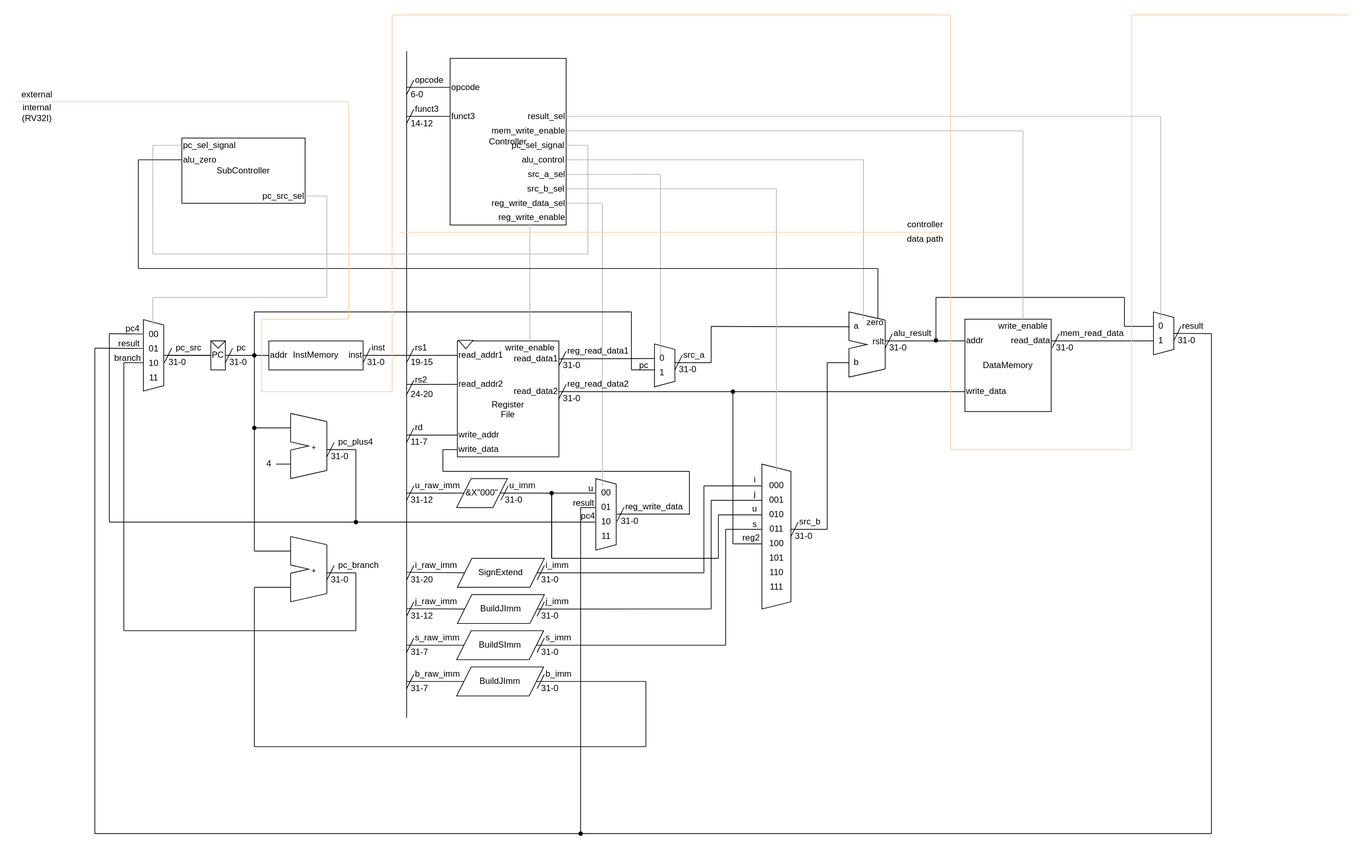
Earlier version of the draw.io export diagram.svg (Lan-t/my-risc-v-implement). Source tidied: cells renumbered, new cells last; positions are measured from the earlier drawing's top-left corner, leaving out a move shared by most shapes.
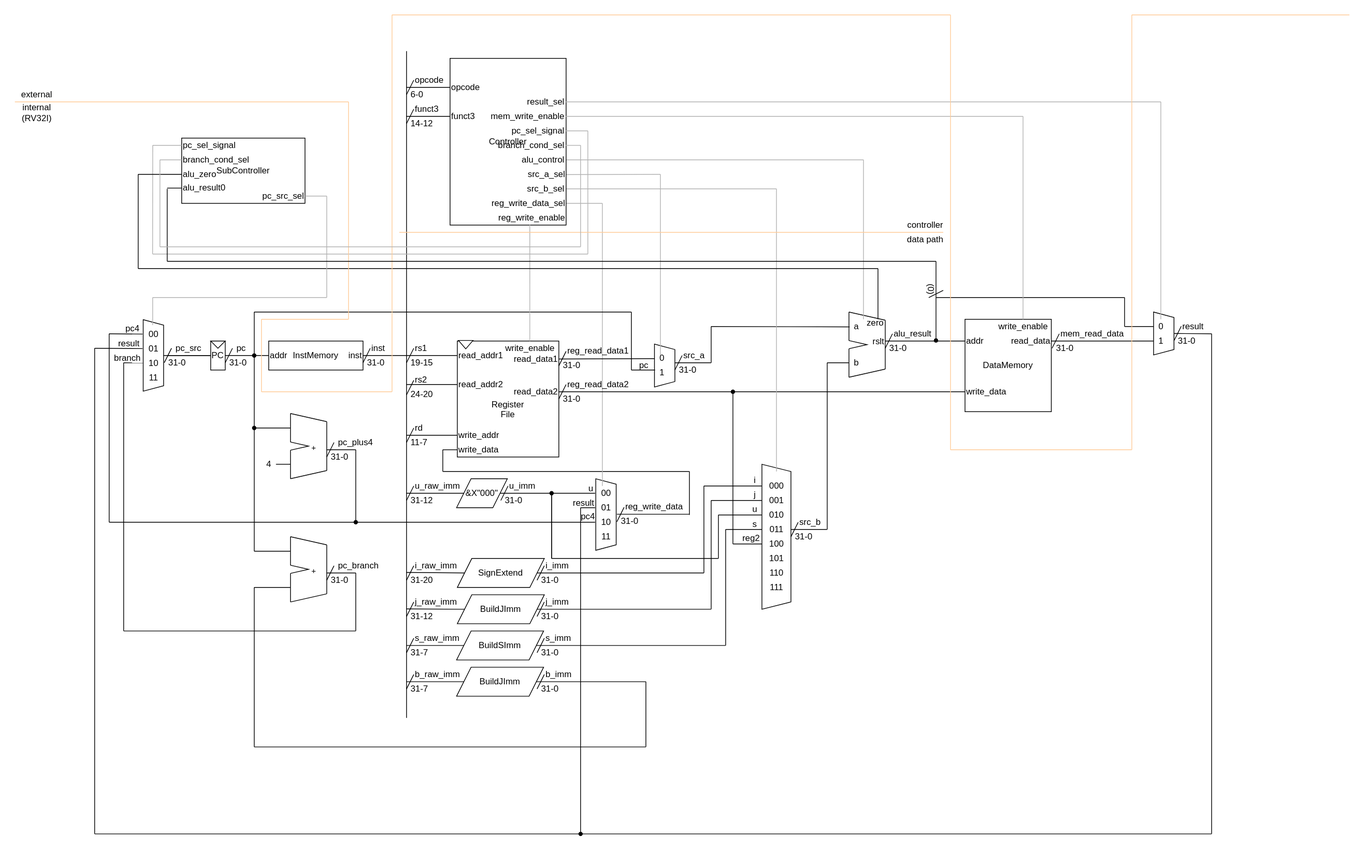
Above is the later version.

Change to the diagram source:
```diff
@@ -877,26 +877,29 @@
       <mxGeometry y="70" width="50" height="20" as="geometry" />
     </mxCell>
     <mxCell id="208" value="pc_sel_signal" style="text;html=1;align=right;verticalAlign=middle;points=[];strokeColor=none;fillColor=none;" parent="200" vertex="1">
-      <mxGeometry x="69" y="110" width="90" height="20" as="geometry" />
+      <mxGeometry x="69" y="90" width="90" height="20" as="geometry" />
     </mxCell>
     <mxCell id="209" value="reg_write_enable" style="text;html=1;align=right;verticalAlign=middle;points=[];strokeColor=none;fillColor=none;" parent="200" vertex="1">
       <mxGeometry x="50" y="210" width="110" height="20" as="geometry" />
     </mxCell>
     <mxCell id="210" value="result_sel" style="text;html=1;align=right;verticalAlign=middle;points=[];strokeColor=none;fillColor=none;" parent="200" vertex="1">
-      <mxGeometry x="90" y="70" width="70" height="20" as="geometry" />
+      <mxGeometry x="89" y="50" width="70" height="20" as="geometry" />
     </mxCell>
     <mxCell id="211" value="mem_write_enable" style="text;html=1;align=right;verticalAlign=middle;points=[];strokeColor=none;fillColor=none;" parent="200" vertex="1">
-      <mxGeometry x="40" y="90" width="120" height="20" as="geometry" />
+      <mxGeometry x="39" y="70" width="120" height="20" as="geometry" />
     </mxCell>
+    <mxCell id="370" value="branch_cond_sel" style="text;html=1;align=right;verticalAlign=middle;points=[];strokeColor=none;fillColor=none;" parent="200" vertex="1">
+      <mxGeometry x="49" y="110" width="110" height="20" as="geometry" />
+    </mxCell>
     <mxCell id="212" style="endArrow=none;html=1;rounded=0;strokeColor=#B3B3B3;" parent="1" edge="1" target="208">
       <mxGeometry relative="1" as="geometry">
-        <mxPoint x="790" y="180" as="sourcePoint" />
+        <mxPoint x="790" y="160" as="sourcePoint" />
       </mxGeometry>
     </mxCell>
     <mxCell id="213" style="endArrow=none;html=1;rounded=0;strokeColor=#B3B3B3;" parent="1" edge="1">
       <mxGeometry relative="1" as="geometry">
         <mxPoint x="790" y="330" as="sourcePoint" />
-        <mxPoint x="790" y="180" as="targetPoint" />
+        <mxPoint x="790" y="160" as="targetPoint" />
       </mxGeometry>
     </mxCell>
     <mxCell id="214" style="endArrow=none;html=1;rounded=0;strokeColor=#B3B3B3;" parent="1" edge="1">
@@ -1261,8 +1264,14 @@
       <mxGeometry width="90" height="20" as="geometry" />
     </mxCell>
     <mxCell id="301" value="alu_zero" style="text;html=1;align=left;verticalAlign=middle;points=[];strokeColor=none;fillColor=none;" parent="297" vertex="1">
-      <mxGeometry y="20" width="60" height="20" as="geometry" />
+      <mxGeometry y="40" width="60" height="20" as="geometry" />
     </mxCell>
+    <mxCell id="371" value="alu_result0" style="text;html=1;align=left;verticalAlign=middle;points=[];strokeColor=none;fillColor=none;" parent="297" vertex="1">
+      <mxGeometry y="60" width="69" height="18" as="geometry" />
+    </mxCell>
+    <mxCell id="372" value="branch_cond_sel" style="text;html=1;align=left;verticalAlign=middle;points=[];strokeColor=none;fillColor=none;" parent="297" vertex="1">
+      <mxGeometry y="20" width="110" height="20" as="geometry" />
+    </mxCell>
     <mxCell id="302" style="endArrow=none;html=1;rounded=0;strokeColor=#B3B3B3;" parent="1" edge="1" target="300">
       <mxGeometry relative="1" as="geometry">
         <mxPoint x="190" y="180" as="sourcePoint" />
@@ -1277,12 +1286,12 @@
     <mxCell id="304" style="endArrow=none;html=1;rounded=0;strokeColor=#000000;" parent="1" edge="1">
       <mxGeometry relative="1" as="geometry">
         <mxPoint x="170" y="350" as="sourcePoint" />
-        <mxPoint x="170" y="200" as="targetPoint" />
+        <mxPoint x="170" y="220" as="targetPoint" />
       </mxGeometry>
     </mxCell>
     <mxCell id="305" style="endArrow=none;html=1;rounded=0;strokeColor=#000000;" parent="1" edge="1" target="301">
       <mxGeometry relative="1" as="geometry">
-        <mxPoint x="170" y="200" as="sourcePoint" />
+        <mxPoint x="170" y="220" as="sourcePoint" />
       </mxGeometry>
     </mxCell>
     <mxCell id="306" style="endArrow=none;html=1;rounded=0;strokeColor=#B3B3B3;" parent="1" edge="1" target="299">
@@ -1407,22 +1416,22 @@
     </mxCell>
     <mxCell id="336" style="endArrow=none;html=1;rounded=0;strokeColor=#B3B3B3;" parent="1" edge="1" source="314">
       <mxGeometry relative="1" as="geometry">
-        <mxPoint x="1390" y="160" as="targetPoint" />
+        <mxPoint x="1390" y="140" as="targetPoint" />
       </mxGeometry>
     </mxCell>
     <mxCell id="337" style="endArrow=none;html=1;rounded=0;strokeColor=#B3B3B3;" parent="1" edge="1" source="211">
       <mxGeometry relative="1" as="geometry">
-        <mxPoint x="1390" y="160" as="targetPoint" />
+        <mxPoint x="1390" y="140" as="targetPoint" />
       </mxGeometry>
     </mxCell>
     <mxCell id="338" style="endArrow=none;html=1;rounded=0;strokeColor=#B3B3B3;" parent="1" edge="1" source="210">
       <mxGeometry relative="1" as="geometry">
-        <mxPoint x="1580" y="140" as="targetPoint" />
+        <mxPoint x="1580" y="120" as="targetPoint" />
       </mxGeometry>
     </mxCell>
     <mxCell id="339" style="endArrow=none;html=1;rounded=0;strokeColor=#B3B3B3;exitX=0.169;exitY=0.645;exitDx=0;exitDy=0;exitPerimeter=0;" parent="1" edge="1" source="318">
       <mxGeometry relative="1" as="geometry">
-        <mxPoint x="1580" y="140" as="targetPoint" />
+        <mxPoint x="1580" y="120" as="targetPoint" />
       </mxGeometry>
     </mxCell>
     <mxCell id="340" style="endArrow=none;html=1;rounded=0;strokeColor=#000000;startArrow=none;" parent="1" edge="1">
@@ -1567,5 +1576,65 @@
     <mxCell id="369" value="data path" style="text;html=1;align=center;verticalAlign=middle;strokeColor=none;fillColor=none;" parent="1" vertex="1">
       <mxGeometry x="1220" y="300" width="70" height="20" as="geometry" />
     </mxCell>
+    <mxCell id="373" style="endArrow=none;html=1;rounded=0;" parent="1" edge="1">
+      <mxGeometry relative="1" as="geometry">
+        <mxPoint x="1270" y="390" as="sourcePoint" />
+        <mxPoint x="1270" y="340" as="targetPoint" />
+      </mxGeometry>
+    </mxCell>
+    <mxCell id="374" style="endArrow=none;html=1;rounded=0;" parent="1" edge="1">
+      <mxGeometry relative="1" as="geometry">
+        <mxPoint x="210" y="340" as="sourcePoint" />
+        <mxPoint x="1270" y="340" as="targetPoint" />
+      </mxGeometry>
+    </mxCell>
+    <mxCell id="375" style="endArrow=none;html=1;rounded=0;" parent="1" edge="1">
+      <mxGeometry relative="1" as="geometry">
+        <mxPoint x="210" y="340" as="sourcePoint" />
+        <mxPoint x="210" y="240" as="targetPoint" />
+      </mxGeometry>
+    </mxCell>
+    <mxCell id="376" style="endArrow=none;html=1;rounded=0;" parent="1" edge="1" source="371">
+      <mxGeometry relative="1" as="geometry">
+        <mxPoint x="210" y="239" as="targetPoint" />
+      </mxGeometry>
+    </mxCell>
+    <mxCell id="377" value="(0)" style="text;html=1;align=right;verticalAlign=middle;strokeColor=none;fillColor=none;rotation=90;" parent="1" vertex="1">
+      <mxGeometry x="1248" y="362" width="30" height="20" as="geometry" />
+    </mxCell>
+    <mxCell id="378" style="endArrow=none;html=1;rounded=0;" parent="1" edge="1">
+      <mxGeometry relative="1" as="geometry">
+        <mxPoint x="1260" y="390" as="sourcePoint" />
+        <mxPoint x="1280" y="380" as="targetPoint" />
+      </mxGeometry>
+    </mxCell>
+    <mxCell id="379" style="endArrow=none;html=1;rounded=0;strokeColor=#B3B3B3;" parent="1" edge="1" target="370">
+      <mxGeometry relative="1" as="geometry">
+        <mxPoint x="780" y="180" as="sourcePoint" />
+      </mxGeometry>
+    </mxCell>
+    <mxCell id="380" style="endArrow=none;html=1;rounded=0;strokeColor=#B3B3B3;" parent="1" edge="1">
+      <mxGeometry relative="1" as="geometry">
+        <mxPoint x="780" y="180" as="sourcePoint" />
+        <mxPoint x="780" y="320" as="targetPoint" />
+      </mxGeometry>
+    </mxCell>
+    <mxCell id="381" style="endArrow=none;html=1;rounded=0;strokeColor=#B3B3B3;" parent="1" edge="1">
+      <mxGeometry relative="1" as="geometry">
+        <mxPoint x="200" y="320" as="sourcePoint" />
+        <mxPoint x="780" y="320" as="targetPoint" />
+      </mxGeometry>
+    </mxCell>
+    <mxCell id="382" style="endArrow=none;html=1;rounded=0;strokeColor=#B3B3B3;" parent="1" edge="1">
+      <mxGeometry relative="1" as="geometry">
+        <mxPoint x="200" y="320" as="sourcePoint" />
+        <mxPoint x="200" y="200" as="targetPoint" />
+      </mxGeometry>
+    </mxCell>
+    <mxCell id="383" style="endArrow=none;html=1;rounded=0;strokeColor=#B3B3B3;" parent="1" edge="1" source="372">
+      <mxGeometry relative="1" as="geometry">
+        <mxPoint x="200" y="200" as="targetPoint" />
+      </mxGeometry>
+    </mxCell>
   </root>
 </mxGraphModel>
```
